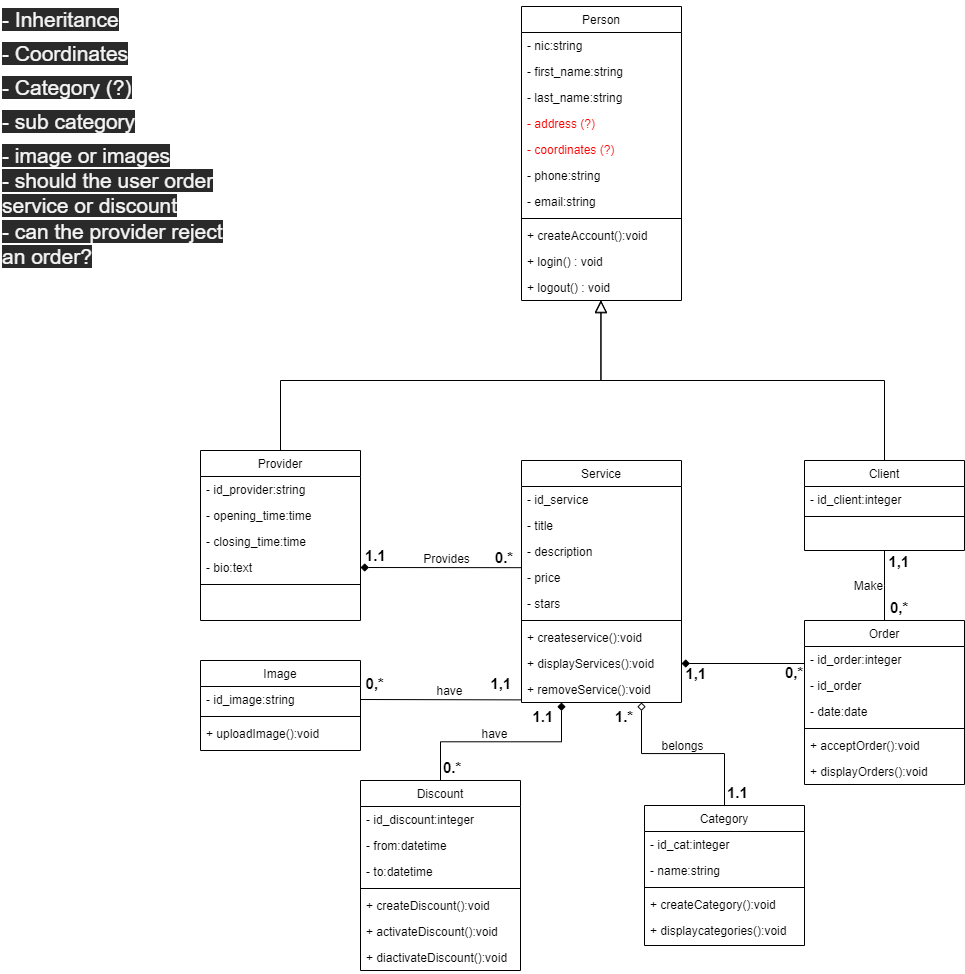
The draw.io diagram class diagram.drawio.png in GHamza-Dev/wafin-design-and-conception, before a commit. Source tidied: cells renumbered, new cells last; positions are measured from the earlier drawing's top-left corner, leaving out a move shared by most shapes.
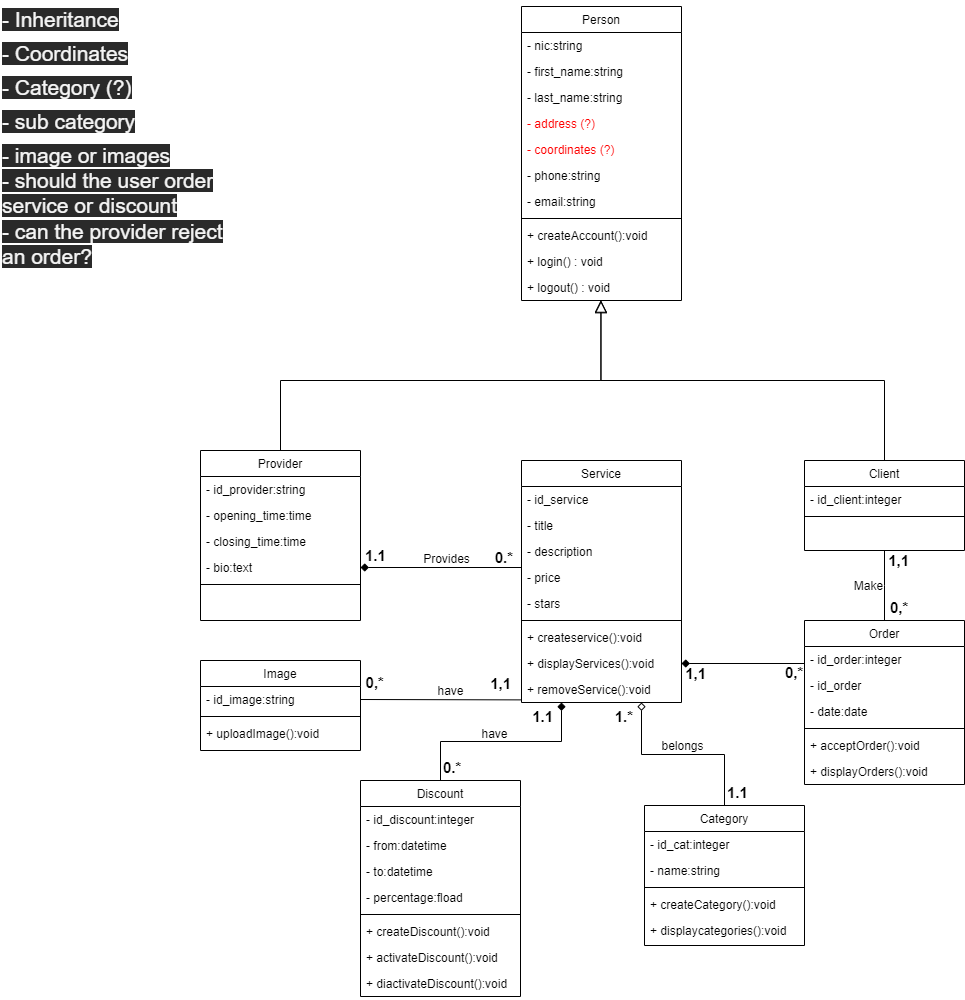
After the commit.

Commit message:
Add percentage property to discount class

What changed in the source:
```diff
@@ -111,7 +111,7 @@
       </mxGeometry>
     </mxCell>
     <mxCell id="35" value="Discount" style="swimlane;fontStyle=0;align=center;verticalAlign=top;horizontal=1;startSize=26;rounded=0;shadow=0;strokeWidth=1;" parent="1" vertex="1">
-      <mxGeometry x="360" y="780" width="160" height="190" as="geometry" />
+      <mxGeometry x="360" y="780" width="160" height="216" as="geometry" />
     </mxCell>
     <mxCell id="36" value="- id_discount:integer" style="text;align=left;verticalAlign=top;spacingLeft=4;spacingRight=4;overflow=hidden;" parent="35" vertex="1">
       <mxGeometry y="26" width="160" height="26" as="geometry" />
@@ -122,17 +122,20 @@
     <mxCell id="38" value="- to:datetime" style="text;align=left;verticalAlign=top;spacingLeft=4;spacingRight=4;overflow=hidden;rounded=0;shadow=0;html=0;" parent="35" vertex="1">
       <mxGeometry y="78" width="160" height="26" as="geometry" />
     </mxCell>
+    <mxCell id="84" value="- percentage:fload" style="text;align=left;verticalAlign=top;spacingLeft=4;spacingRight=4;overflow=hidden;rounded=0;shadow=0;html=0;" parent="35" vertex="1">
+      <mxGeometry y="104" width="160" height="26" as="geometry" />
+    </mxCell>
     <mxCell id="39" style="line;html=1;strokeWidth=1;align=left;verticalAlign=middle;spacingTop=-1;spacingLeft=3;spacingRight=3;labelPosition=right;" parent="35" vertex="1">
-      <mxGeometry y="104" width="160" height="8" as="geometry" />
+      <mxGeometry y="130" width="160" height="8" as="geometry" />
     </mxCell>
     <mxCell id="40" value="+ createDiscount():void" style="text;align=left;verticalAlign=top;spacingLeft=4;spacingRight=4;overflow=hidden;" parent="35" vertex="1">
-      <mxGeometry y="112" width="160" height="26" as="geometry" />
+      <mxGeometry y="138" width="160" height="26" as="geometry" />
     </mxCell>
     <mxCell id="41" value="+ activateDiscount():void" style="text;align=left;verticalAlign=top;spacingLeft=4;spacingRight=4;overflow=hidden;" parent="35" vertex="1">
-      <mxGeometry y="138" width="160" height="26" as="geometry" />
+      <mxGeometry y="164" width="160" height="26" as="geometry" />
     </mxCell>
     <mxCell id="42" value="+ diactivateDiscount():void" style="text;align=left;verticalAlign=top;spacingLeft=4;spacingRight=4;overflow=hidden;" parent="35" vertex="1">
-      <mxGeometry y="164" width="160" height="26" as="geometry" />
+      <mxGeometry y="190" width="160" height="26" as="geometry" />
     </mxCell>
     <mxCell id="43" value="Category" style="swimlane;fontStyle=0;align=center;verticalAlign=top;horizontal=1;startSize=26;rounded=0;shadow=0;strokeWidth=1;" parent="1" vertex="1">
       <mxGeometry x="644" y="805" width="160" height="140" as="geometry" />
```
